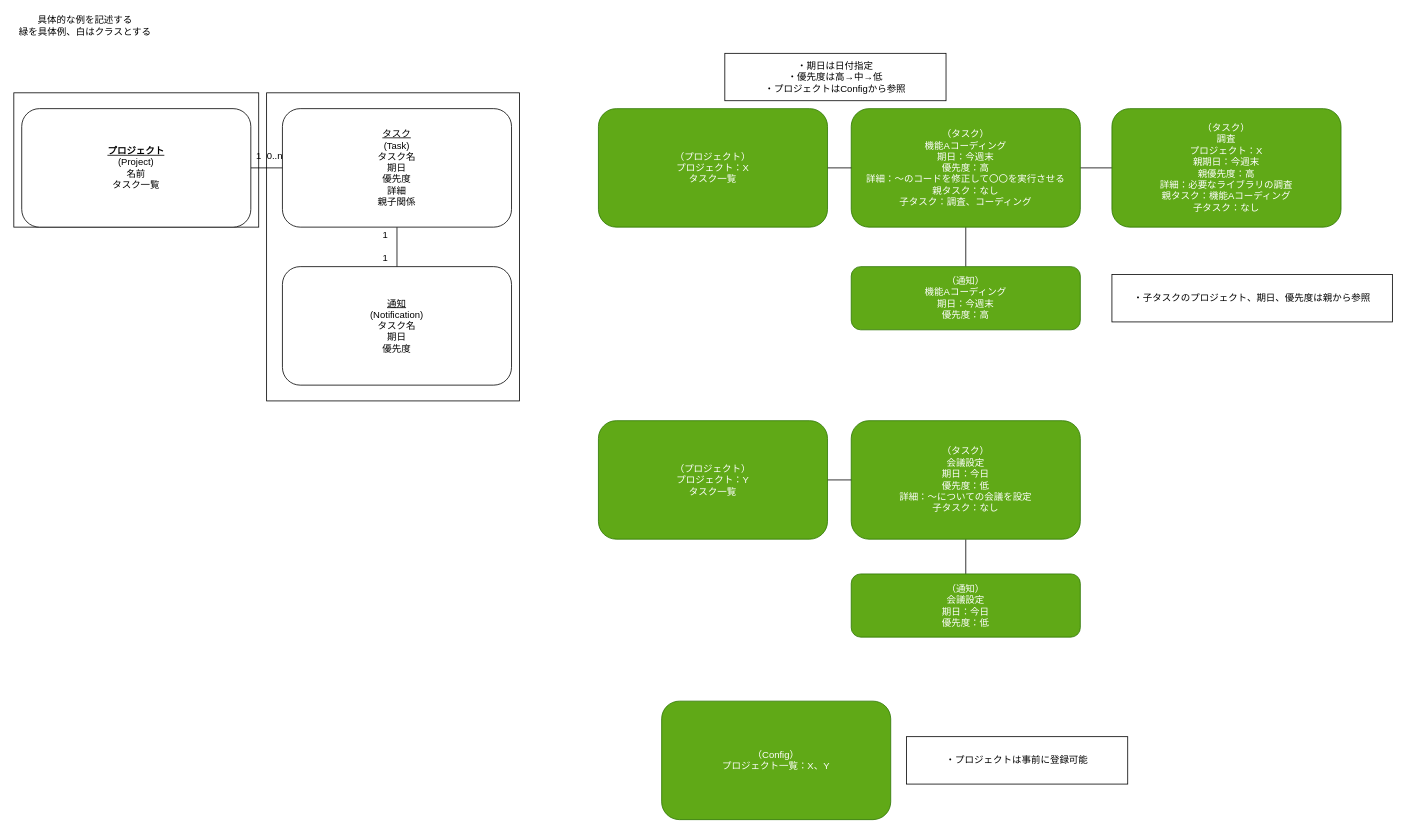
This is page "ドメインモデル図/オブジェクト図" (3 of 3) of Documents/SystemDesign.drawio from Gyabi/TODOManager, a draw.io file, before an edit. Source tidied: cells renumbered, new cells numbered last; positions are measured from the earlier drawing's top-left corner, leaving out a move shared by most shapes. Both pictures are drawn from the tidied source at 79%, with x=0, y=0 at pixel (13, 13).
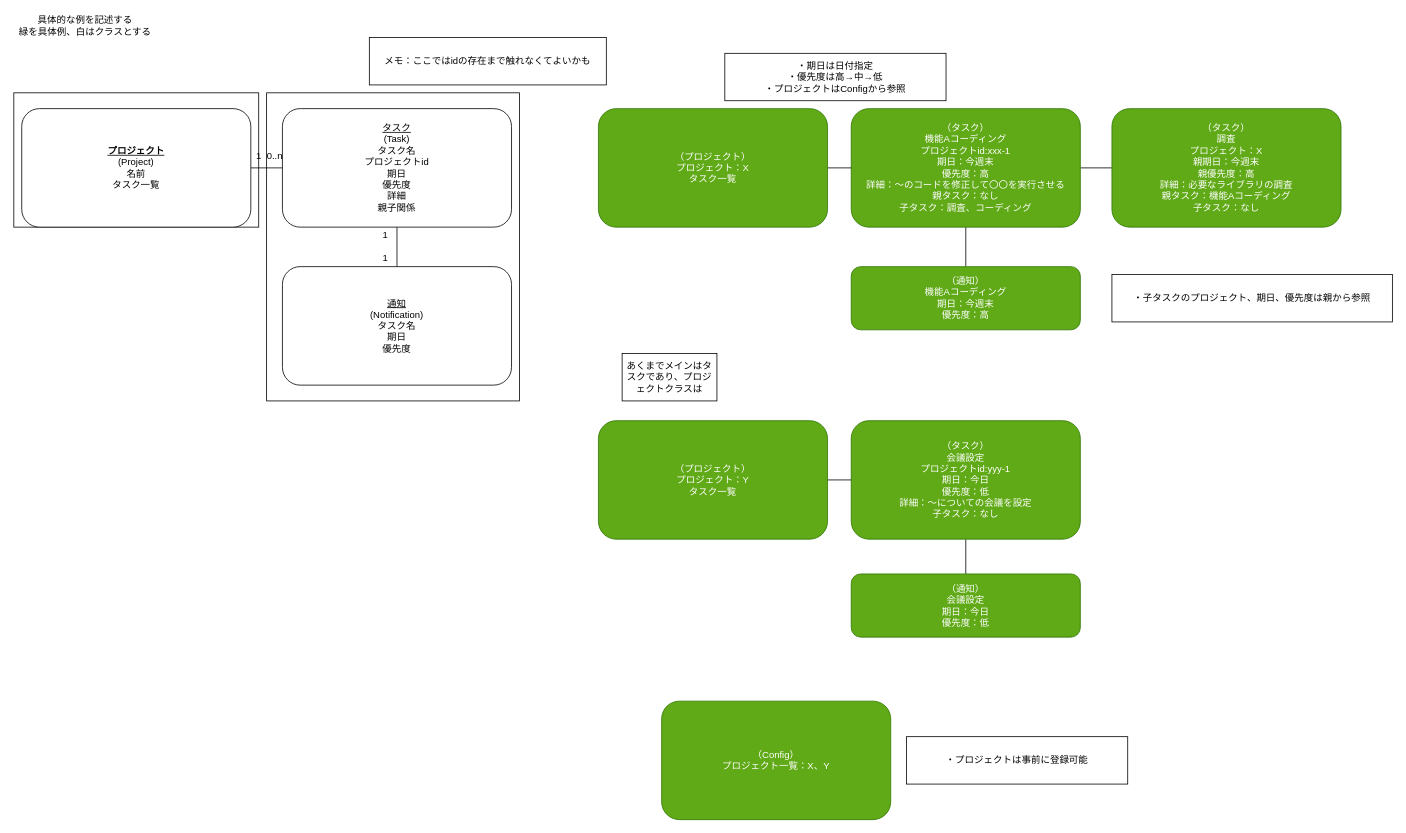
The same diagram, later.

What changed in the source:
```diff
@@
-    <mxCell id="7" value="（タスク）&lt;br&gt;機能Aコーディング&lt;br&gt;期日：今週末&lt;br&gt;優先度：高&lt;br&gt;詳細：～のコードを修正して〇〇を実行させる&lt;br&gt;親タスク：なし&lt;br&gt;子タスク：調査、コーディング" style="rounded=1;whiteSpace=wrap;html=1;fillColor=#60a917;fontColor=#ffffff;strokeColor=#2D7600;" parent="1" vertex="1">
+    <mxCell id="7" value="（タスク）&lt;br&gt;機能Aコーディング&lt;br&gt;プロジェクトid:xxx-1&lt;br&gt;期日：今週末&lt;br&gt;優先度：高&lt;br&gt;詳細：～のコードを修正して〇〇を実行させる&lt;br&gt;親タスク：なし&lt;br&gt;子タスク：調査、コーディング" style="rounded=1;whiteSpace=wrap;html=1;fillColor=#60a917;fontColor=#ffffff;strokeColor=#2D7600;" parent="1" vertex="1">
       <mxGeometry x="1060" y="120" width="290" height="150" as="geometry" />
     </mxCell>
@@
-    <mxCell id="12" value="（タスク）&lt;br&gt;会議設定&lt;br&gt;期日：今日&lt;br&gt;優先度：低&lt;br&gt;詳細：～についての会議を設定&lt;br&gt;子タスク：なし" style="rounded=1;whiteSpace=wrap;html=1;fillColor=#60a917;fontColor=#ffffff;strokeColor=#2D7600;" parent="1" vertex="1">
+    <mxCell id="12" value="（タスク）&lt;br&gt;会議設定&lt;br&gt;プロジェクトid:yyy-1&lt;br&gt;期日：今日&lt;br&gt;優先度：低&lt;br&gt;詳細：～についての会議を設定&lt;br&gt;子タスク：なし" style="rounded=1;whiteSpace=wrap;html=1;fillColor=#60a917;fontColor=#ffffff;strokeColor=#2D7600;" parent="1" vertex="1">
       <mxGeometry x="1060" y="515" width="290" height="150" as="geometry" />
     </mxCell>
@@
-    <mxCell id="24" value="&lt;u&gt;タスク&lt;br&gt;&lt;/u&gt;(Task)&lt;br&gt;タスク名&lt;br&gt;期日&lt;br&gt;優先度&lt;br&gt;詳細&lt;br&gt;親子関係" style="rounded=1;whiteSpace=wrap;html=1;" parent="1" vertex="1">
+    <mxCell id="24" value="&lt;u&gt;タスク&lt;br&gt;&lt;/u&gt;(Task)&lt;br&gt;タスク名&lt;br&gt;プロジェクトid&lt;br&gt;期日&lt;br&gt;優先度&lt;br&gt;詳細&lt;br&gt;親子関係" style="rounded=1;whiteSpace=wrap;html=1;" parent="1" vertex="1">
       <mxGeometry x="340" y="120" width="290" height="150" as="geometry" />
     </mxCell>
@@
+    <mxCell id="30" value="メモ：ここではidの存在まで触れなくてよいかも" style="whiteSpace=wrap;html=1;" parent="1" vertex="1">
+      <mxGeometry x="450" y="30" width="300" height="60" as="geometry" />
+    </mxCell>
+    <mxCell id="31" value="あくまでメインはタスクであり、プロジェクトクラスは" style="whiteSpace=wrap;html=1;" parent="1" vertex="1">
+      <mxGeometry x="770" y="430" width="120" height="60" as="geometry" />
+    </mxCell>
```
